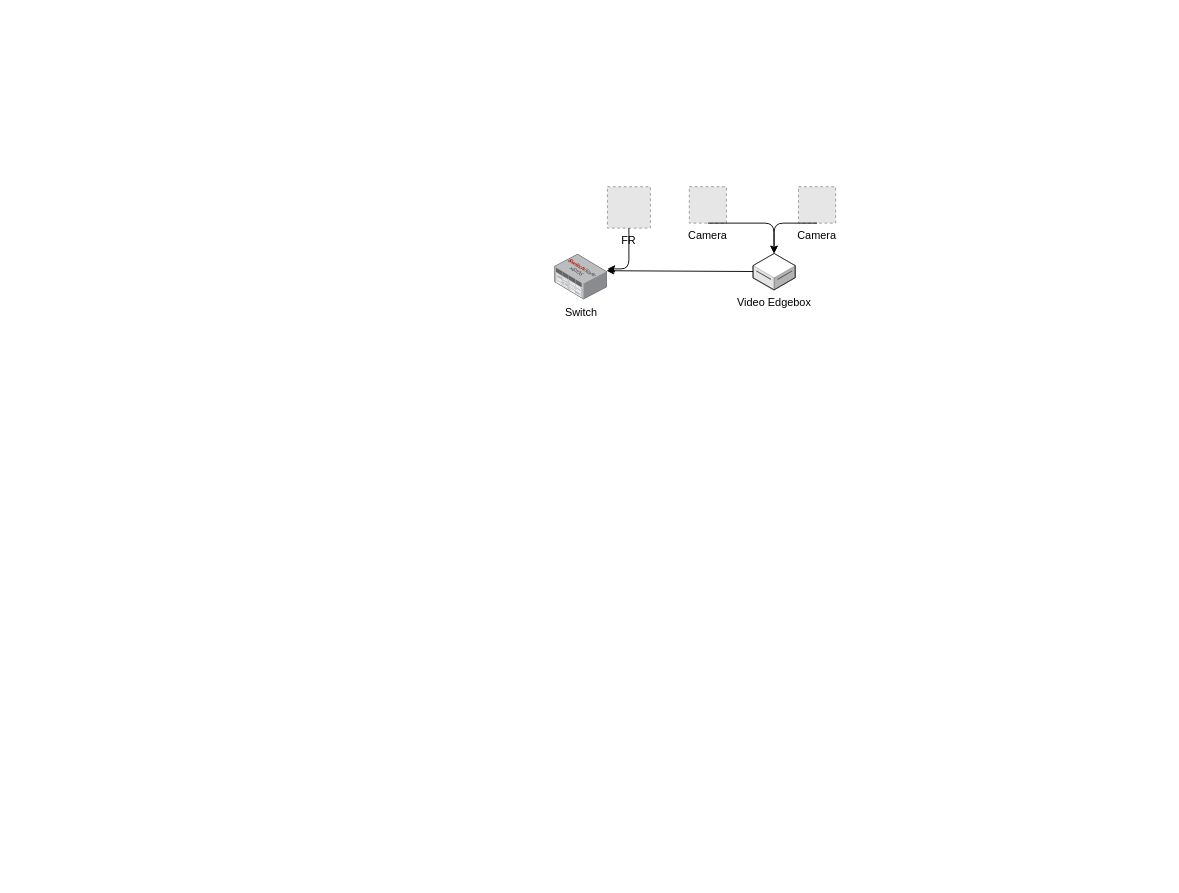
This is MAS_framework_hardware.drawio from frankyzf/drawio, a draw.io file, before an edit. Source tidied: cells renumbered, new cells numbered last; positions are measured from the earlier drawing's top-left corner, leaving out a move shared by most shapes. Both pictures are drawn from the tidied source at 91%, with x=0, y=0 at pixel (554, 187). Pictures stored in the file or linked from it are replaced by grey dashed boxes.
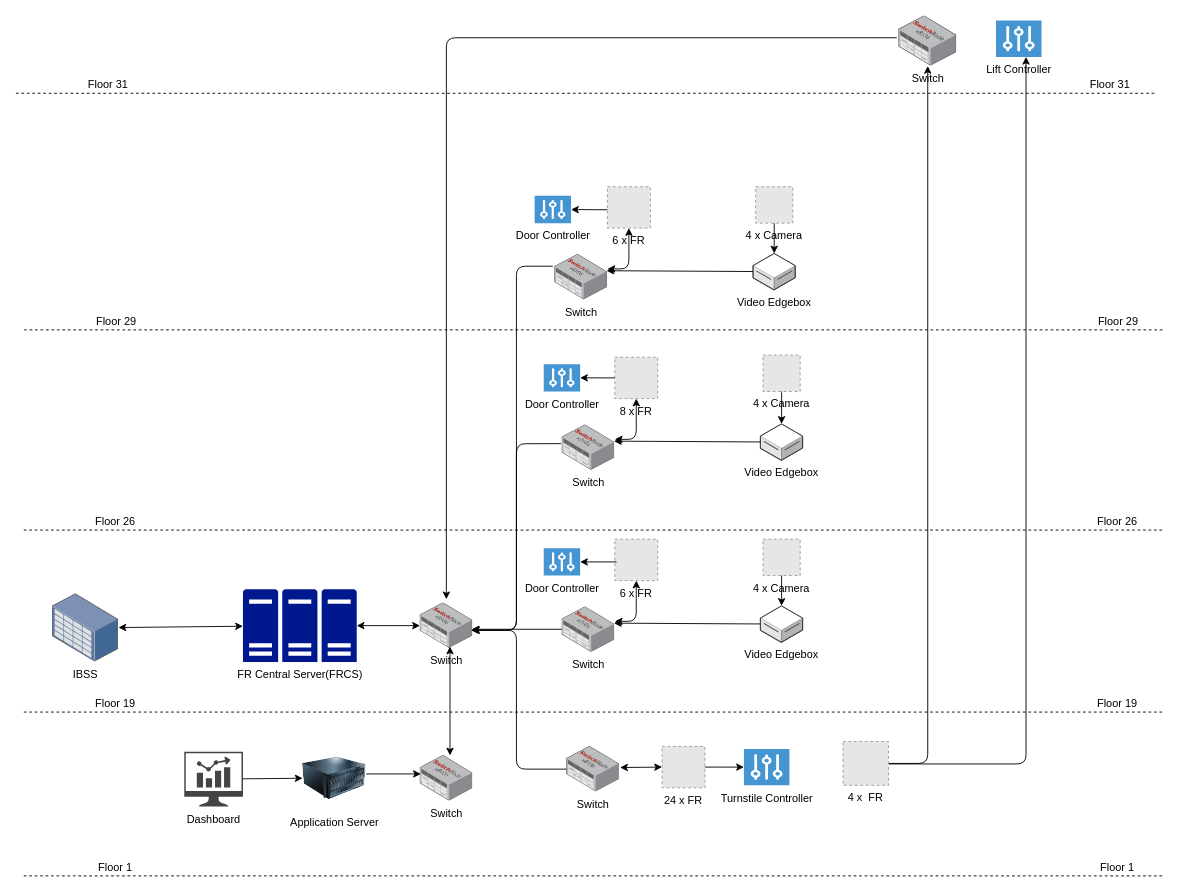
The same page after the edit.

What changed in the source:
```diff
@@
+    <mxCell id="11" style="group;" parent="1" vertex="1">
+      <mxGeometry x="-0.1" y="-0.3" width="308.9" height="124.3" as="geometry" />
+    </mxCell>
-    <mxCell id="2" value="Camera" style="fillColor=#E6E6E6;strokeColor=#999999;dashed=1;verticalLabelPosition=bottom;labelBackgroundColor=#ffffff;verticalAlign=top;" parent="1" vertex="1">
-      <mxGeometry x="148" y="-0.3" width="40.8" height="40" as="geometry" />
+    <mxCell id="2" value="4 x Camera" style="fillColor=#E6E6E6;strokeColor=#999999;dashed=1;verticalLabelPosition=bottom;labelBackgroundColor=#ffffff;verticalAlign=top;" parent="11" vertex="1">
+      <mxGeometry x="221" width="40.8" height="40" as="geometry" />
     </mxCell>
-    <mxCell id="3" value="Video Edgebox" style="verticalLabelPosition=bottom;html=1;verticalAlign=top;strokeWidth=1;align=center;outlineConnect=0;dashed=0;outlineConnect=0;shape=mxgraph.aws3d.dataServer;strokeColor=#5E5E5E;" parent="1" vertex="1">
-      <mxGeometry x="218" y="73" width="46.4" height="40" as="geometry" />
+    <mxCell id="3" value="Video Edgebox" style="verticalLabelPosition=bottom;html=1;verticalAlign=top;strokeWidth=1;align=center;outlineConnect=0;dashed=0;outlineConnect=0;shape=mxgraph.aws3d.dataServer;strokeColor=#5E5E5E;" parent="11" vertex="1">
+      <mxGeometry x="218.1" y="73.3" width="46.4" height="40" as="geometry" />
     </mxCell>
-    <mxCell id="4" value="Switch" style="points=[];html=1;align=center;shadow=0;dashed=0;image;image=img/lib/allied_telesis/switch/Modular_Switch_SBx8106.svg;" parent="1" vertex="1">
-      <mxGeometry x="-0.1" y="74" width="58.1" height="50" as="geometry" />
+    <mxCell id="4" value="Switch" style="points=[];html=1;align=center;shadow=0;dashed=0;image;image=img/lib/allied_telesis/switch/Modular_Switch_SBx8106.svg;" parent="11" vertex="1">
+      <mxGeometry y="74.3" width="58.1" height="50" as="geometry" />
     </mxCell>
-    <mxCell id="5" value="FR" style="fillColor=#E6E6E6;strokeColor=#999999;dashed=1;verticalLabelPosition=bottom;labelBackgroundColor=#ffffff;verticalAlign=top;" parent="1" vertex="1">
-      <mxGeometry x="58" y="-0.3" width="47.2" height="45.5" as="geometry" />
+    <mxCell id="5" value="6 x FR" style="fillColor=#E6E6E6;strokeColor=#999999;dashed=1;verticalLabelPosition=bottom;labelBackgroundColor=#ffffff;verticalAlign=top;" parent="11" vertex="1">
+      <mxGeometry x="58.1" width="47.2" height="45.5" as="geometry" />
     </mxCell>
-    <mxCell id="6" value="Camera" style="fillColor=#E6E6E6;strokeColor=#999999;dashed=1;verticalLabelPosition=bottom;labelBackgroundColor=#ffffff;verticalAlign=top;" parent="1" vertex="1">
-      <mxGeometry x="268" y="-0.3" width="40.8" height="40" as="geometry" />
-    </mxCell>
-    <mxCell id="7" style="edgeStyle=segmentEdgeStyle;endArrow=classic;html=1;" parent="1" edge="1" source="5">
+    <mxCell id="7" style="edgeStyle=segmentEdgeStyle;endArrow=classic;html=1;startArrow=classic;startFill=1;" parent="11" edge="1" source="5">
       <mxGeometry relative="1" as="geometry">
-        <mxPoint x="58" y="90" as="targetPoint" />
+        <mxPoint x="58.1" y="90.3" as="targetPoint" />
         <Array as="points">
-          <mxPoint x="82" y="90" />
+          <mxPoint x="82.1" y="90.3" />
         </Array>
       </mxGeometry>
     </mxCell>
-    <mxCell id="8" style="edgeStyle=segmentEdgeStyle;endArrow=classic;html=1;exitX=0.5;exitY=1;exitDx=0;exitDy=0;" parent="1" edge="1" source="2" target="3">
+    <mxCell id="8" style="edgeStyle=segmentEdgeStyle;endArrow=classic;html=1;exitX=0.5;exitY=1;exitDx=0;exitDy=0;" parent="11" edge="1" source="2" target="3">
       <mxGeometry relative="1" as="geometry">
         <Array as="points">
-          <mxPoint x="241" y="40" />
+          <mxPoint x="241.1" y="40.3" />
         </Array>
       </mxGeometry>
     </mxCell>
-    <mxCell id="9" style="edgeStyle=segmentEdgeStyle;endArrow=classic;html=1;exitX=0.5;exitY=1;exitDx=0;exitDy=0;" parent="1" edge="1" source="6" target="3">
-      <mxGeometry relative="1" as="geometry" />
-    </mxCell>
-    <mxCell id="10" style="endArrow=classic;html=1;entryX=0.983;entryY=0.36;entryDx=0;entryDy=0;entryPerimeter=0;" parent="1" edge="1" source="3" target="4">
+    <mxCell id="10" style="endArrow=classic;html=1;entryX=0.983;entryY=0.36;entryDx=0;entryDy=0;entryPerimeter=0;" parent="11" edge="1" source="3" target="4">
       <mxGeometry relative="1" as="geometry" />
     </mxCell>
+    <mxCell id="12" style="group;" parent="1" vertex="1">
+      <mxGeometry x="8" y="187" width="308.9" height="124.3" as="geometry" />
+    </mxCell>
+    <mxCell id="13" value="4 x Camera" style="fillColor=#E6E6E6;strokeColor=#999999;dashed=1;verticalLabelPosition=bottom;labelBackgroundColor=#ffffff;verticalAlign=top;" parent="12" vertex="1">
+      <mxGeometry x="221" y="-2.3" width="40.8" height="40" as="geometry" />
+    </mxCell>
+    <mxCell id="14" value="Video Edgebox" style="verticalLabelPosition=bottom;html=1;verticalAlign=top;strokeWidth=1;align=center;outlineConnect=0;dashed=0;outlineConnect=0;shape=mxgraph.aws3d.dataServer;strokeColor=#5E5E5E;" parent="12" vertex="1">
+      <mxGeometry x="218.1" y="73.3" width="46.4" height="40" as="geometry" />
+    </mxCell>
+    <mxCell id="15" value="Switch" style="points=[];html=1;align=center;shadow=0;dashed=0;image;image=img/lib/allied_telesis/switch/Modular_Switch_SBx8106.svg;" parent="12" vertex="1">
+      <mxGeometry y="74.3" width="58.1" height="50" as="geometry" />
+    </mxCell>
+    <mxCell id="16" value="8 x FR" style="fillColor=#E6E6E6;strokeColor=#999999;dashed=1;verticalLabelPosition=bottom;labelBackgroundColor=#ffffff;verticalAlign=top;" parent="12" vertex="1">
+      <mxGeometry x="58.1" width="47.2" height="45.5" as="geometry" />
+    </mxCell>
+    <mxCell id="17" style="edgeStyle=segmentEdgeStyle;endArrow=classic;html=1;startArrow=classic;startFill=1;" parent="12" edge="1" source="16">
+      <mxGeometry relative="1" as="geometry">
+        <mxPoint x="58.1" y="90.3" as="targetPoint" />
+        <Array as="points">
+          <mxPoint x="82.1" y="90.3" />
+        </Array>
+      </mxGeometry>
+    </mxCell>
+    <mxCell id="18" style="edgeStyle=segmentEdgeStyle;endArrow=classic;html=1;exitX=0.5;exitY=1;exitDx=0;exitDy=0;" parent="12" edge="1" source="13" target="14">
+      <mxGeometry relative="1" as="geometry">
+        <Array as="points">
+          <mxPoint x="241.1" y="40.3" />
+        </Array>
+      </mxGeometry>
+    </mxCell>
+    <mxCell id="19" style="endArrow=classic;html=1;entryX=0.983;entryY=0.36;entryDx=0;entryDy=0;entryPerimeter=0;" parent="12" edge="1" source="14" target="15">
+      <mxGeometry relative="1" as="geometry" />
+    </mxCell>
+    <mxCell id="20" value="Door Controller" style="shadow=0;dashed=0;html=1;strokeColor=none;fillColor=#4495D1;labelPosition=center;verticalLabelPosition=bottom;verticalAlign=top;align=center;outlineConnect=0;shape=mxgraph.veeam.controller;" parent="12" vertex="1">
+      <mxGeometry x="-20" y="7.7" width="40" height="30" as="geometry" />
+    </mxCell>
+    <mxCell id="21" style="endArrow=classic;html=1;exitX=0;exitY=0.5;exitDx=0;exitDy=0;" parent="12" edge="1" source="16" target="20">
+      <mxGeometry relative="1" as="geometry" />
+    </mxCell>
+    <mxCell id="22" style="group;" parent="1" vertex="1">
+      <mxGeometry x="8" y="387" width="308.9" height="124.3" as="geometry" />
+    </mxCell>
+    <mxCell id="23" value="4 x Camera" style="fillColor=#E6E6E6;strokeColor=#999999;dashed=1;verticalLabelPosition=bottom;labelBackgroundColor=#ffffff;verticalAlign=top;" parent="22" vertex="1">
+      <mxGeometry x="221" width="40.8" height="40" as="geometry" />
+    </mxCell>
+    <mxCell id="24" value="Video Edgebox" style="verticalLabelPosition=bottom;html=1;verticalAlign=top;strokeWidth=1;align=center;outlineConnect=0;dashed=0;outlineConnect=0;shape=mxgraph.aws3d.dataServer;strokeColor=#5E5E5E;" parent="22" vertex="1">
+      <mxGeometry x="218.1" y="73.3" width="46.4" height="40" as="geometry" />
+    </mxCell>
+    <mxCell id="25" value="Switch" style="points=[];html=1;align=center;shadow=0;dashed=0;image;image=img/lib/allied_telesis/switch/Modular_Switch_SBx8106.svg;" parent="22" vertex="1">
+      <mxGeometry y="74.3" width="58.1" height="50" as="geometry" />
+    </mxCell>
+    <mxCell id="26" value="6 x FR" style="fillColor=#E6E6E6;strokeColor=#999999;dashed=1;verticalLabelPosition=bottom;labelBackgroundColor=#ffffff;verticalAlign=top;" parent="22" vertex="1">
+      <mxGeometry x="58.1" width="47.2" height="45.5" as="geometry" />
+    </mxCell>
+    <mxCell id="27" style="edgeStyle=segmentEdgeStyle;endArrow=classic;html=1;startArrow=classic;startFill=1;" parent="22" edge="1" source="26">
+      <mxGeometry relative="1" as="geometry">
+        <mxPoint x="58.1" y="90.3" as="targetPoint" />
+        <Array as="points">
+          <mxPoint x="82.1" y="90.3" />
+        </Array>
+      </mxGeometry>
+    </mxCell>
+    <mxCell id="28" style="edgeStyle=segmentEdgeStyle;endArrow=classic;html=1;exitX=0.5;exitY=1;exitDx=0;exitDy=0;" parent="22" edge="1" source="23" target="24">
+      <mxGeometry relative="1" as="geometry">
+        <Array as="points">
+          <mxPoint x="241.1" y="40.3" />
+        </Array>
+      </mxGeometry>
+    </mxCell>
+    <mxCell id="29" style="endArrow=classic;html=1;entryX=0.983;entryY=0.36;entryDx=0;entryDy=0;entryPerimeter=0;" parent="22" edge="1" source="24" target="25">
+      <mxGeometry relative="1" as="geometry" />
+    </mxCell>
+    <mxCell id="30" value="Application Server" style="image;html=1;labelBackgroundColor=#ffffff;image=img/lib/clip_art/computers/Server_128x128.png;" parent="1" vertex="1">
+      <mxGeometry x="-277" y="614.7" width="70" height="70" as="geometry" />
+    </mxCell>
+    <mxCell id="31" value="Dashboard" style="shadow=0;dashed=0;html=1;strokeColor=none;fillColor=#434445;labelPosition=center;verticalLabelPosition=bottom;verticalAlign=top;align=center;outlineConnect=0;shape=mxgraph.vvd.nsx_dashboard;" parent="1" vertex="1">
+      <mxGeometry x="-407" y="620.7" width="64.5" height="60" as="geometry" />
+    </mxCell>
+    <mxCell id="32" value="Switch" style="points=[];html=1;align=center;shadow=0;dashed=0;image;image=img/lib/allied_telesis/switch/Modular_Switch_SBx8106.svg;" parent="1" vertex="1">
+      <mxGeometry x="13" y="614.7" width="58.1" height="50" as="geometry" />
+    </mxCell>
+    <mxCell id="33" value="24 x FR" style="fillColor=#E6E6E6;strokeColor=#999999;dashed=1;verticalLabelPosition=bottom;labelBackgroundColor=#ffffff;verticalAlign=top;" parent="1" vertex="1">
+      <mxGeometry x="118" y="614.7" width="47.2" height="45.5" as="geometry" />
+    </mxCell>
+    <mxCell id="34" value="Turnstile Controller" style="shadow=0;dashed=0;html=1;strokeColor=none;fillColor=#4495D1;labelPosition=center;verticalLabelPosition=bottom;verticalAlign=top;align=center;outlineConnect=0;shape=mxgraph.veeam.controller;" parent="1" vertex="1">
+      <mxGeometry x="208" y="617.5" width="50" height="40" as="geometry" />
+    </mxCell>
+    <mxCell id="35" value="FR Central Server(FRCS)" style="shadow=0;dashed=0;html=1;strokeColor=none;labelPosition=center;verticalLabelPosition=bottom;verticalAlign=top;align=center;fillColor=#00188D;shape=mxgraph.mscae.enterprise.server_farm;" parent="1" vertex="1">
+      <mxGeometry x="-342.5" y="442" width="125" height="80" as="geometry" />
+    </mxCell>
+    <mxCell id="36" value="Switch" style="points=[];html=1;align=center;shadow=0;dashed=0;image;image=img/lib/allied_telesis/switch/Modular_Switch_SBx8106.svg;" parent="1" vertex="1">
+      <mxGeometry x="-148" y="457" width="58.1" height="50" as="geometry" />
+    </mxCell>
+    <mxCell id="37" style="edgeStyle=segmentEdgeStyle;endArrow=classic;html=1;" parent="1" edge="1" source="25">
+      <mxGeometry relative="1" as="geometry">
+        <mxPoint x="-91" y="486" as="targetPoint" />
+        <Array as="points">
+          <mxPoint x="-91" y="486" />
+        </Array>
+      </mxGeometry>
+    </mxCell>
+    <mxCell id="38" style="edgeStyle=segmentEdgeStyle;endArrow=classic;html=1;entryX=0.981;entryY=0.6;entryDx=0;entryDy=0;entryPerimeter=0;" parent="1" edge="1" source="32" target="36">
+      <mxGeometry relative="1" as="geometry">
+        <Array as="points">
+          <mxPoint x="-42" y="640" />
+          <mxPoint x="-42" y="487" />
+        </Array>
+      </mxGeometry>
+    </mxCell>
+    <mxCell id="39" value="Switch" style="points=[];html=1;align=center;shadow=0;dashed=0;image;image=img/lib/allied_telesis/switch/Modular_Switch_SBx8106.svg;" parent="1" vertex="1">
+      <mxGeometry x="-148" y="624.7" width="58.1" height="50" as="geometry" />
+    </mxCell>
+    <mxCell id="40" style="edgeStyle=segmentEdgeStyle;endArrow=classic;html=1;entryX=0.568;entryY=0.96;entryDx=0;entryDy=0;entryPerimeter=0;startArrow=classic;startFill=1;" parent="1" edge="1" source="39" target="36">
+      <mxGeometry relative="1" as="geometry" />
+    </mxCell>
+    <mxCell id="41" style="endArrow=classic;html=1;entryX=0.017;entryY=0.405;entryDx=0;entryDy=0;entryPerimeter=0;" parent="1" edge="1" target="39">
+      <mxGeometry relative="1" as="geometry">
+        <mxPoint x="-207" y="645" as="sourcePoint" />
+      </mxGeometry>
+    </mxCell>
+    <mxCell id="42" style="endArrow=classic;html=1;entryX=0;entryY=0.5;entryDx=0;entryDy=0;" parent="1" edge="1" source="31" target="30">
+      <mxGeometry relative="1" as="geometry" />
+    </mxCell>
+    <mxCell id="43" style="endArrow=classic;startArrow=classic;html=1;entryX=1;entryY=0.5;entryDx=0;entryDy=0;entryPerimeter=0;" parent="1" edge="1" source="36" target="35">
+      <mxGeometry relative="1" as="geometry" />
+    </mxCell>
+    <mxCell id="44" style="edgeStyle=segmentEdgeStyle;endArrow=classic;html=1;entryX=0.981;entryY=0.6;entryDx=0;entryDy=0;entryPerimeter=0;" parent="1" edge="1" target="36">
+      <mxGeometry relative="1" as="geometry">
+        <mxPoint x="-2" y="87" as="sourcePoint" />
+        <Array as="points">
+          <mxPoint x="-42" y="87" />
+          <mxPoint x="-42" y="487" />
+        </Array>
+      </mxGeometry>
+    </mxCell>
+    <mxCell id="45" style="endArrow=classic;startArrow=classic;html=1;entryX=0;entryY=0.5;entryDx=0;entryDy=0;exitX=1.015;exitY=0.465;exitDx=0;exitDy=0;exitPerimeter=0;" parent="1" edge="1" source="32" target="33">
+      <mxGeometry relative="1" as="geometry" />
+    </mxCell>
+    <mxCell id="46" style="endArrow=classic;html=1;exitX=1;exitY=0.5;exitDx=0;exitDy=0;" parent="1" edge="1" source="33" target="34">
+      <mxGeometry relative="1" as="geometry" />
+    </mxCell>
+    <mxCell id="47" value="Door Controller" style="shadow=0;dashed=0;html=1;strokeColor=none;fillColor=#4495D1;labelPosition=center;verticalLabelPosition=bottom;verticalAlign=top;align=center;outlineConnect=0;shape=mxgraph.veeam.controller;" parent="1" vertex="1">
+      <mxGeometry x="-22" y="9.7" width="40" height="30" as="geometry" />
+    </mxCell>
+    <mxCell id="48" style="endArrow=classic;html=1;" parent="1" edge="1" target="47">
+      <mxGeometry relative="1" as="geometry">
+        <mxPoint x="58" y="25" as="sourcePoint" />
+      </mxGeometry>
+    </mxCell>
+    <mxCell id="49" value="Door Controller" style="shadow=0;dashed=0;html=1;strokeColor=none;fillColor=#4495D1;labelPosition=center;verticalLabelPosition=bottom;verticalAlign=top;align=center;outlineConnect=0;shape=mxgraph.veeam.controller;" parent="1" vertex="1">
+      <mxGeometry x="-12" y="397" width="40" height="30" as="geometry" />
+    </mxCell>
+    <mxCell id="50" style="endArrow=classic;html=1;" parent="1" edge="1" target="49">
+      <mxGeometry relative="1" as="geometry">
+        <mxPoint x="68" y="412" as="sourcePoint" />
+      </mxGeometry>
+    </mxCell>
+    <mxCell id="51" value="Lift Controller" style="shadow=0;dashed=0;html=1;strokeColor=none;fillColor=#4495D1;labelPosition=center;verticalLabelPosition=bottom;verticalAlign=top;align=center;outlineConnect=0;shape=mxgraph.veeam.controller;" parent="1" vertex="1">
+      <mxGeometry x="485" y="-183" width="50" height="40" as="geometry" />
+    </mxCell>
+    <mxCell id="52" value="Switch" style="points=[];html=1;align=center;shadow=0;dashed=0;image;image=img/lib/allied_telesis/switch/Modular_Switch_SBx8106.svg;" parent="1" vertex="1">
+      <mxGeometry x="378" y="-188" width="63.9" height="55" as="geometry" />
+    </mxCell>
+    <mxCell id="53" style="edgeStyle=segmentEdgeStyle;endArrow=classic;html=1;exitX=1;exitY=0.5;exitDx=0;exitDy=0;" parent="1" edge="1" source="58" target="52">
+      <mxGeometry relative="1" as="geometry" />
+    </mxCell>
+    <mxCell id="54" style="edgeStyle=segmentEdgeStyle;endArrow=classic;html=1;" parent="1" edge="1" target="51">
+      <mxGeometry relative="1" as="geometry">
+        <mxPoint x="367" y="634" as="sourcePoint" />
+        <Array as="points">
+          <mxPoint x="518" y="634" />
+        </Array>
+      </mxGeometry>
+    </mxCell>
+    <mxCell id="55" style="endArrow=none;dashed=1;html=1;" parent="1" edge="1">
+      <mxGeometry relative="1" as="geometry">
+        <mxPoint x="-583" y="157" as="sourcePoint" />
+        <mxPoint x="668" y="157" as="targetPoint" />
+      </mxGeometry>
+    </mxCell>
+    <mxCell id="56" value="Floor 29" style="text;html=1;align=center;verticalAlign=middle;labelBackgroundColor=#ffffff;" parent="55" vertex="1">
+      <mxGeometry x="-0.84" y="1" relative="1" as="geometry">
+        <mxPoint y="-9" as="offset" />
+      </mxGeometry>
+    </mxCell>
+    <mxCell id="57" value="Floor 29" style="text;html=1;align=center;verticalAlign=middle;labelBackgroundColor=#ffffff;" parent="55" vertex="1">
+      <mxGeometry x="0.92" y="1" relative="1" as="geometry">
+        <mxPoint y="-9" as="offset" />
+      </mxGeometry>
+    </mxCell>
+    <mxCell id="58" value="4 x  FR" style="fillColor=#E6E6E6;strokeColor=#999999;dashed=1;verticalLabelPosition=bottom;labelBackgroundColor=#ffffff;verticalAlign=top;" parent="1" vertex="1">
+      <mxGeometry x="316.9" y="609.4" width="50" height="48.1" as="geometry" />
+    </mxCell>
+    <mxCell id="59" style="endArrow=none;dashed=1;html=1;" parent="1" edge="1">
+      <mxGeometry relative="1" as="geometry">
+        <mxPoint x="-592" y="-103" as="sourcePoint" />
+        <mxPoint x="659" y="-103" as="targetPoint" />
+      </mxGeometry>
+    </mxCell>
+    <mxCell id="60" value="Floor 31" style="text;html=1;align=center;verticalAlign=middle;labelBackgroundColor=#ffffff;" parent="59" vertex="1">
+      <mxGeometry x="-0.84" y="1" relative="1" as="geometry">
+        <mxPoint y="-9" as="offset" />
+      </mxGeometry>
+    </mxCell>
+    <mxCell id="61" value="Floor 31" style="text;html=1;align=center;verticalAlign=middle;labelBackgroundColor=#ffffff;" parent="59" vertex="1">
+      <mxGeometry x="0.92" y="1" relative="1" as="geometry">
+        <mxPoint y="-9" as="offset" />
+      </mxGeometry>
+    </mxCell>
+    <mxCell id="62" style="endArrow=none;dashed=1;html=1;" parent="1" edge="1">
+      <mxGeometry relative="1" as="geometry">
+        <mxPoint x="-583.4" y="377" as="sourcePoint" />
+        <mxPoint x="667.6" y="377" as="targetPoint" />
+      </mxGeometry>
+    </mxCell>
+    <mxCell id="63" value="Floor 26" style="text;html=1;align=center;verticalAlign=middle;labelBackgroundColor=#ffffff;" parent="62" vertex="1">
+      <mxGeometry x="-0.84" y="1" relative="1" as="geometry">
+        <mxPoint y="-9" as="offset" />
+      </mxGeometry>
+    </mxCell>
+    <mxCell id="64" value="Floor 26" style="text;html=1;align=center;verticalAlign=middle;labelBackgroundColor=#ffffff;" parent="62" vertex="1">
+      <mxGeometry x="0.92" y="1" relative="1" as="geometry">
+        <mxPoint y="-9" as="offset" />
+      </mxGeometry>
+    </mxCell>
+    <mxCell id="65" style="endArrow=none;dashed=1;html=1;" parent="1" edge="1">
+      <mxGeometry relative="1" as="geometry">
+        <mxPoint x="-583.4" y="577" as="sourcePoint" />
+        <mxPoint x="667.6" y="577" as="targetPoint" />
+      </mxGeometry>
+    </mxCell>
+    <mxCell id="66" value="Floor 19" style="text;html=1;align=center;verticalAlign=middle;labelBackgroundColor=#ffffff;" parent="65" vertex="1">
+      <mxGeometry x="-0.84" y="1" relative="1" as="geometry">
+        <mxPoint x="-0.6" y="-9" as="offset" />
+      </mxGeometry>
+    </mxCell>
+    <mxCell id="67" value="Floor 19" style="text;html=1;align=center;verticalAlign=middle;labelBackgroundColor=#ffffff;" parent="65" vertex="1">
+      <mxGeometry x="0.92" y="1" relative="1" as="geometry">
+        <mxPoint y="-9" as="offset" />
+      </mxGeometry>
+    </mxCell>
+    <mxCell id="68" style="endArrow=none;dashed=1;html=1;" parent="1" edge="1">
+      <mxGeometry relative="1" as="geometry">
+        <mxPoint x="-583.4" y="757" as="sourcePoint" />
+        <mxPoint x="667.6" y="757" as="targetPoint" />
+      </mxGeometry>
+    </mxCell>
+    <mxCell id="69" value="Floor 1" style="text;html=1;align=center;verticalAlign=middle;labelBackgroundColor=#ffffff;" parent="68" vertex="1">
+      <mxGeometry x="-0.84" y="1" relative="1" as="geometry">
+        <mxPoint y="-9" as="offset" />
+      </mxGeometry>
+    </mxCell>
+    <mxCell id="70" value="Floor 1" style="text;html=1;align=center;verticalAlign=middle;labelBackgroundColor=#ffffff;" parent="68" vertex="1">
+      <mxGeometry x="0.92" y="1" relative="1" as="geometry">
+        <mxPoint y="-9" as="offset" />
+      </mxGeometry>
+    </mxCell>
+    <mxCell id="71" style="edgeStyle=segmentEdgeStyle;endArrow=classic;html=1;exitX=-0.017;exitY=0.415;exitDx=0;exitDy=0;exitPerimeter=0;" parent="1" edge="1" source="15">
+      <mxGeometry relative="1" as="geometry">
+        <mxPoint x="-92" y="487" as="targetPoint" />
+        <Array as="points">
+          <mxPoint x="-42" y="282" />
+          <mxPoint x="-42" y="487" />
+        </Array>
+      </mxGeometry>
+    </mxCell>
+    <mxCell id="72" value="IBSS" style="points=[];html=1;align=center;shadow=0;dashed=0;image;image=img/lib/allied_telesis/storage/Datacenter_Server_Storage_Unit_Large.svg;" parent="1" vertex="1">
+      <mxGeometry x="-552" y="447" width="72.7" height="75" as="geometry" />
+    </mxCell>
+    <mxCell id="73" style="endArrow=classic;startArrow=classic;html=1;" parent="1" edge="1" source="72" target="35">
+      <mxGeometry relative="1" as="geometry" />
+    </mxCell>
+    <mxCell id="74" style="edgeStyle=segmentEdgeStyle;endArrow=classic;html=1;exitX=-0.031;exitY=0.436;exitDx=0;exitDy=0;exitPerimeter=0;" parent="1" edge="1" source="52">
+      <mxGeometry relative="1" as="geometry">
+        <mxPoint x="-119" y="453" as="targetPoint" />
+      </mxGeometry>
+    </mxCell>
```
